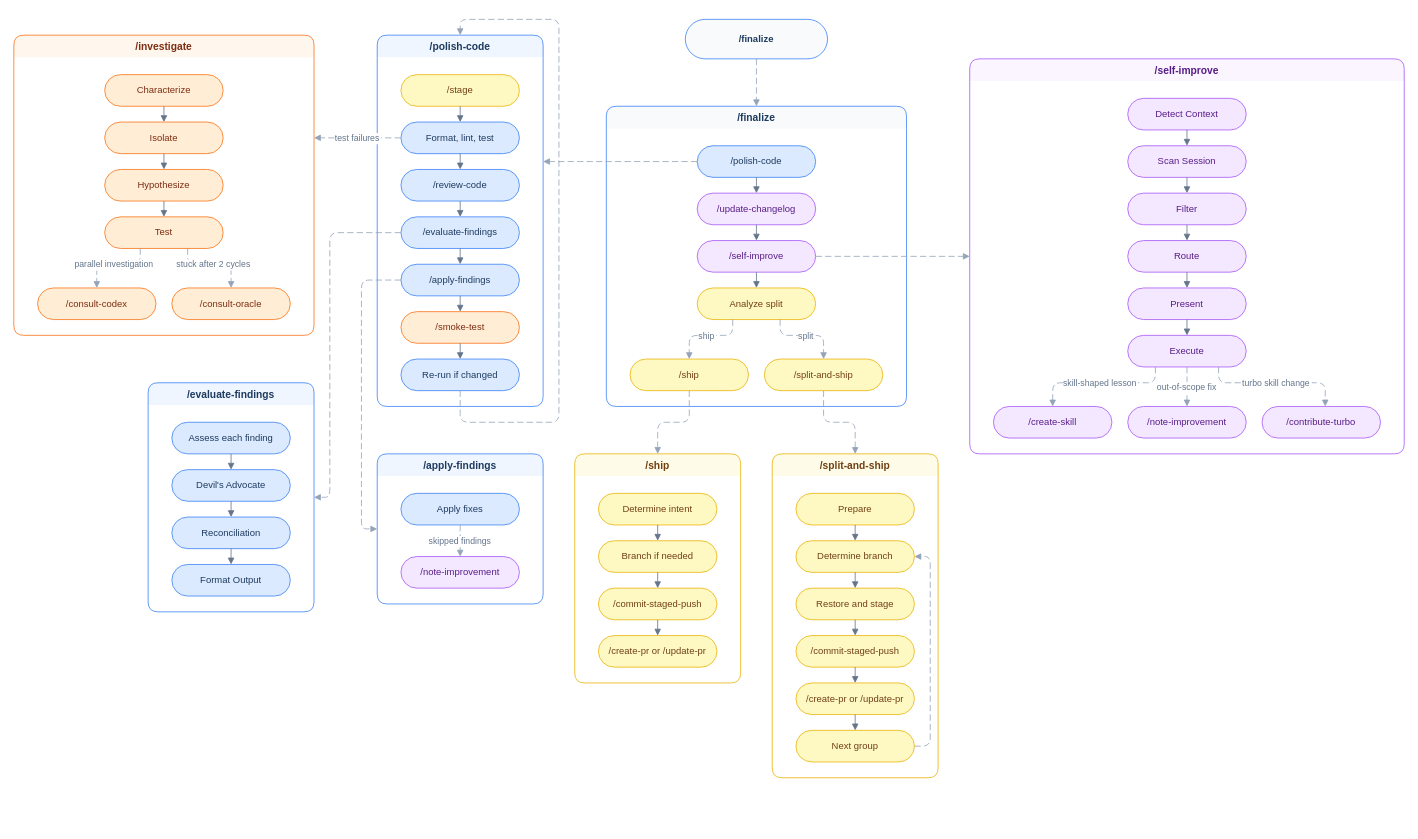
Before: assets/how-finalize-connects.drawio in tobihagemann/turbo, a draw.io diagram. Source tidied: cells renumbered, new cells numbered last; positions are measured from the earlier drawing's top-left corner, leaving out a move shared by most shapes. Both pictures are drawn from the tidied source at 79%, with x=0, y=0 at pixel (13, 19).
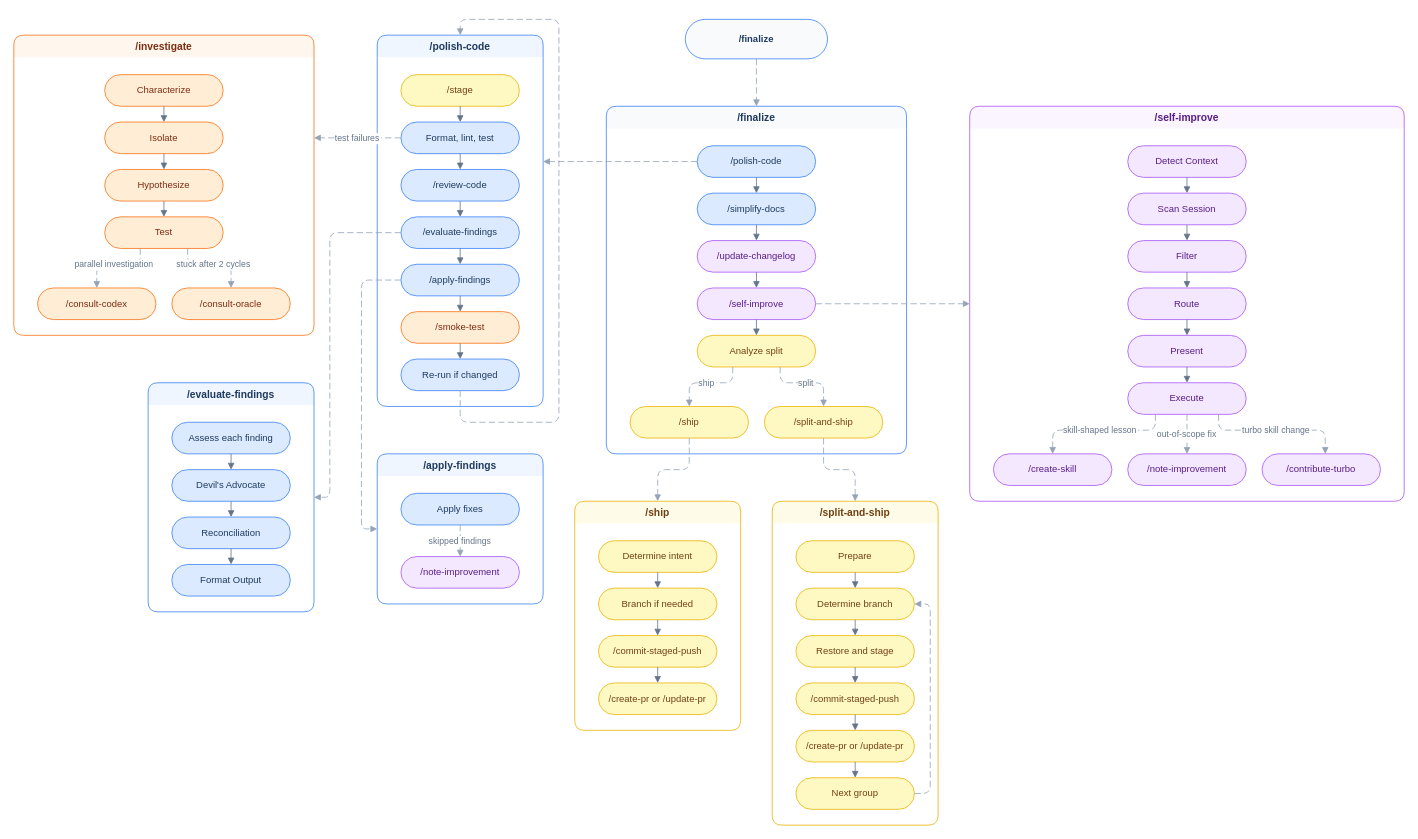
After the change.

Commit message (it also covers changes not shown here):
Add /simplify-docs phase to /finalize before /update-changelog

Unchanged cells that the change refers to:
```xml
<mxCell id="5" value="/polish-code" style="rounded=1;whiteSpace=wrap;html=1;arcSize=50;fillColor=#dbeafe;strokeColor=#3b82f6;fontColor=#1e3a5f;fontSize=12;" parent="4" vertex="1">
  <mxGeometry x="115" y="50" width="150" height="40" as="geometry" />
</mxCell>
```

What changed in the source:
```diff
@@
     <mxCell id="4" value="/finalize" style="swimlane;startSize=28;rounded=1;fillColor=#f8fafc;strokeColor=#3b82f6;fontColor=#1e3a5f;fontStyle=1;fontSize=13;swimlaneLine=0;" parent="1" vertex="1">
-      <mxGeometry x="750" y="110" width="380" height="380" as="geometry" />
+      <mxGeometry x="750" y="110" width="380" height="440" as="geometry" />
     </mxCell>
@@
+    <mxCell id="101" value="/simplify-docs" style="rounded=1;whiteSpace=wrap;html=1;arcSize=50;fillColor=#dbeafe;strokeColor=#3b82f6;fontColor=#1e3a5f;fontSize=12;" parent="4" vertex="1">
+      <mxGeometry x="115" y="110" width="150" height="40" as="geometry" />
+    </mxCell>
     <mxCell id="6" value="/update-changelog" style="rounded=1;whiteSpace=wrap;html=1;arcSize=50;fillColor=#f3e8ff;strokeColor=#a855f7;fontColor=#581c87;fontSize=12;" parent="4" vertex="1">
-      <mxGeometry x="115" y="110" width="150" height="40" as="geometry" />
+      <mxGeometry x="115" y="170" width="150" height="40" as="geometry" />
     </mxCell>
     <mxCell id="7" value="/self-improve" style="rounded=1;whiteSpace=wrap;html=1;arcSize=50;fillColor=#f3e8ff;strokeColor=#a855f7;fontColor=#581c87;fontSize=12;" parent="4" vertex="1">
-      <mxGeometry x="115" y="170" width="150" height="40" as="geometry" />
+      <mxGeometry x="115" y="230" width="150" height="40" as="geometry" />
     </mxCell>
     <mxCell id="8" value="Analyze split" style="rounded=1;whiteSpace=wrap;html=1;arcSize=50;fillColor=#fef9c3;strokeColor=#eab308;fontColor=#713f12;fontSize=12;" parent="4" vertex="1">
-      <mxGeometry x="115" y="230" width="150" height="40" as="geometry" />
+      <mxGeometry x="115" y="290" width="150" height="40" as="geometry" />
     </mxCell>
     <mxCell id="9" value="/ship" style="rounded=1;whiteSpace=wrap;html=1;arcSize=50;fillColor=#fef9c3;strokeColor=#eab308;fontColor=#713f12;fontSize=12;" parent="4" vertex="1">
-      <mxGeometry x="30" y="320" width="150" height="40" as="geometry" />
+      <mxGeometry x="30" y="380" width="150" height="40" as="geometry" />
     </mxCell>
     <mxCell id="10" value="/split-and-ship" style="rounded=1;whiteSpace=wrap;html=1;arcSize=50;fillColor=#fef9c3;strokeColor=#eab308;fontColor=#713f12;fontSize=12;" parent="4" vertex="1">
-      <mxGeometry x="200" y="320" width="150" height="40" as="geometry" />
+      <mxGeometry x="200" y="380" width="150" height="40" as="geometry" />
     </mxCell>
-    <mxCell id="11" style="endArrow=block;endFill=1;rounded=1;edgeStyle=orthogonalEdgeStyle;strokeColor=#64748b;" parent="4" edge="1" source="5" target="6">
+    <mxCell id="11" style="endArrow=block;endFill=1;rounded=1;edgeStyle=orthogonalEdgeStyle;strokeColor=#64748b;" parent="4" edge="1" source="5" target="101">
       <mxGeometry relative="1" as="geometry" />
     </mxCell>
+    <mxCell id="102" style="endArrow=block;endFill=1;rounded=1;edgeStyle=orthogonalEdgeStyle;strokeColor=#64748b;" parent="4" edge="1" source="101" target="6">
+      <mxGeometry relative="1" as="geometry" />
+    </mxCell>
@@
     <mxCell id="14" value="ship" style="dashed=1;dashPattern=8 4;endArrow=block;endFill=1;rounded=1;edgeStyle=orthogonalEdgeStyle;strokeColor=#94a3b8;fontSize=11;fontColor=#64748b;" parent="4" edge="1" source="8" target="9">
       <mxGeometry relative="1" as="geometry">
         <Array as="points">
-          <mxPoint x="160" y="290" />
-          <mxPoint x="105" y="290" />
+          <mxPoint x="160" y="350" />
+          <mxPoint x="105" y="350" />
         </Array>
       </mxGeometry>
     </mxCell>
     <mxCell id="15" value="split" style="dashed=1;dashPattern=8 4;endArrow=block;endFill=1;rounded=1;edgeStyle=orthogonalEdgeStyle;strokeColor=#94a3b8;fontSize=11;fontColor=#64748b;" parent="4" edge="1" source="8" target="10">
       <mxGeometry relative="1" as="geometry">
         <Array as="points">
-          <mxPoint x="220" y="290" />
-          <mxPoint x="275" y="290" />
+          <mxPoint x="220" y="350" />
+          <mxPoint x="275" y="350" />
         </Array>
       </mxGeometry>
     </mxCell>
@@
     <mxCell id="31" value="/self-improve" style="swimlane;startSize=28;rounded=1;fillColor=#faf5ff;strokeColor=#a855f7;fontColor=#581c87;fontStyle=1;fontSize=13;swimlaneLine=0;" parent="1" vertex="1">
-      <mxGeometry x="1210" y="50" width="550" height="500" as="geometry" />
+      <mxGeometry x="1210" y="110" width="550" height="500" as="geometry" />
     </mxCell>
@@
     <mxCell id="73" value="/ship" style="swimlane;startSize=28;rounded=1;fillColor=#fefce8;strokeColor=#eab308;fontColor=#713f12;fontStyle=1;fontSize=13;swimlaneLine=0;" parent="1" vertex="1">
-      <mxGeometry x="710" y="550" width="210" height="290" as="geometry" />
+      <mxGeometry x="710" y="610" width="210" height="290" as="geometry" />
     </mxCell>
@@
     <mxCell id="81" value="/split-and-ship" style="swimlane;startSize=28;rounded=1;fillColor=#fefce8;strokeColor=#eab308;fontColor=#713f12;fontStyle=1;fontSize=13;swimlaneLine=0;" parent="1" vertex="1">
-      <mxGeometry x="960" y="550" width="210" height="410" as="geometry" />
+      <mxGeometry x="960" y="610" width="210" height="410" as="geometry" />
     </mxCell>
```
